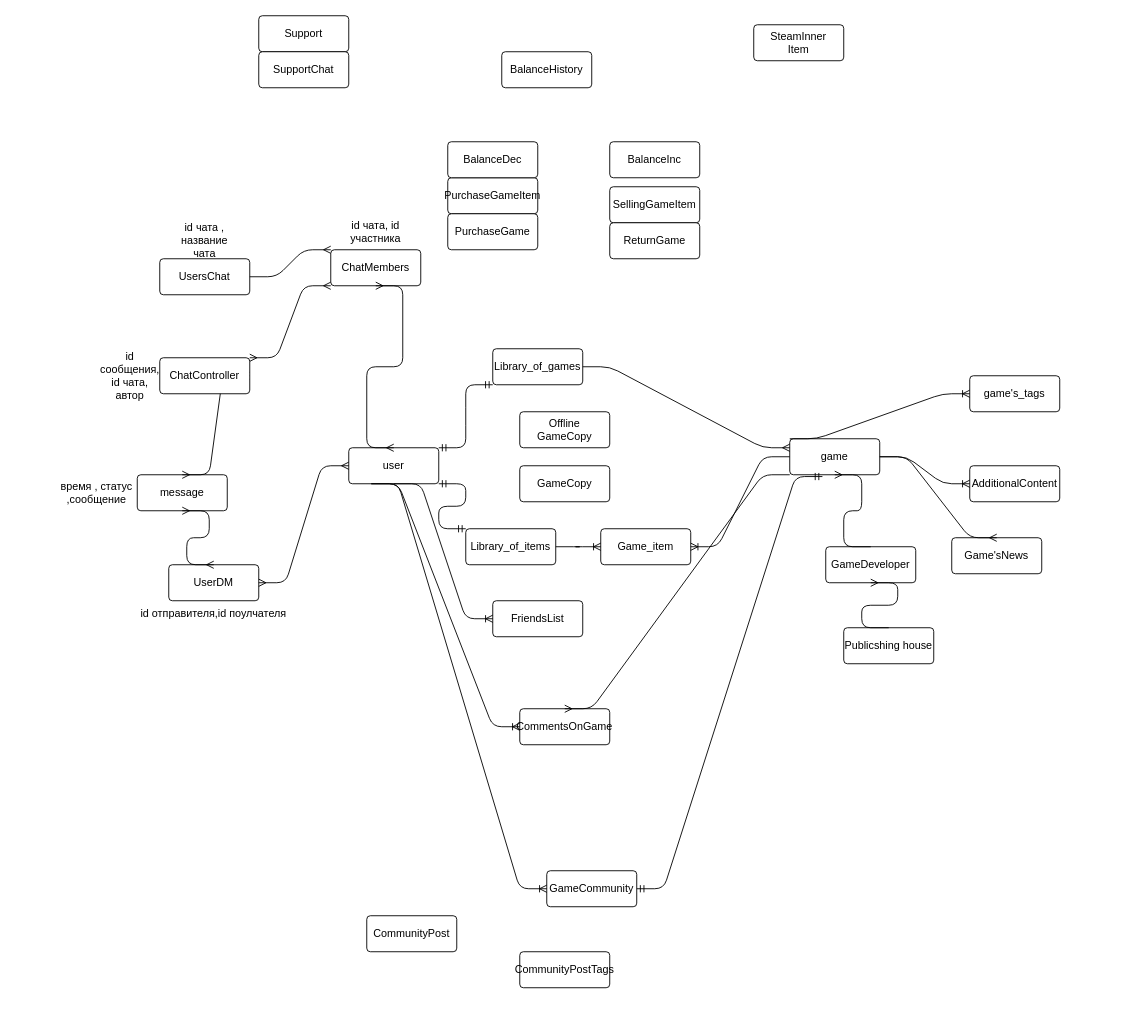
The draw.io diagram Untitled Diagram.drawio in zanzydnd/DBGROUP-11.905, before the edit. Source tidied: cells renumbered, new cells numbered last; positions are measured from the earlier drawing's top-left corner, leaving out a move shared by most shapes. Both pictures are drawn from the tidied source at 90%, with x=0, y=0 at pixel (42, 15).
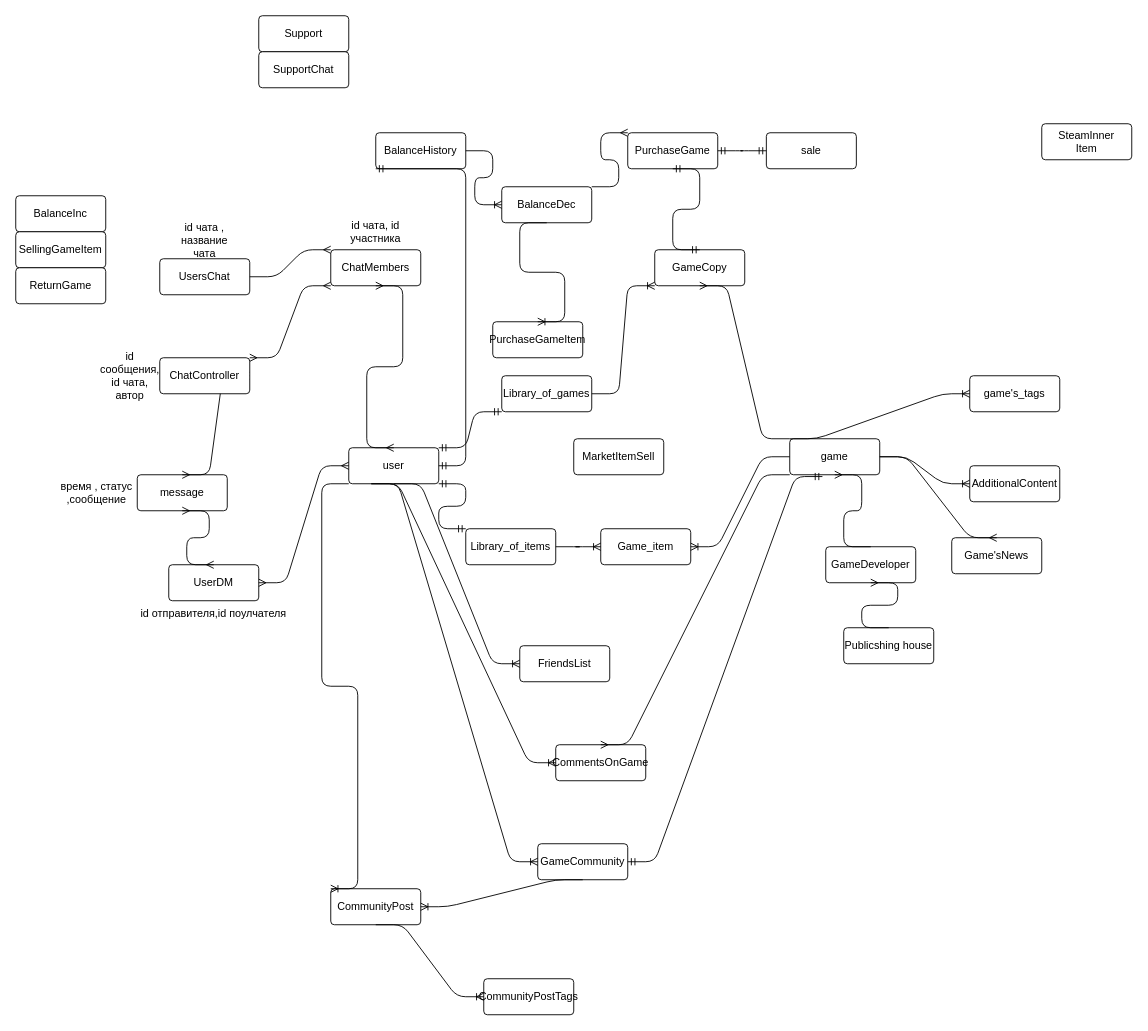
After the change.

The change refers to these unchanged cells:
```xml
<mxCell id="2" value="user" style="rounded=1;arcSize=10;whiteSpace=wrap;html=1;align=center;" parent="1" vertex="1">
  <mxGeometry x="340" y="480" width="100" height="40" as="geometry" />
</mxCell>
<mxCell id="3" value="game&lt;br&gt;" style="rounded=1;arcSize=10;whiteSpace=wrap;html=1;align=center;" parent="1" vertex="1">
  <mxGeometry x="830" y="470" width="100" height="40" as="geometry" />
</mxCell>
```

Diff of the diagram source:
```diff
@@
     <mxCell id="5" value="Library_of_games&lt;br&gt;" style="rounded=1;arcSize=10;whiteSpace=wrap;html=1;align=center;" parent="1" vertex="1">
-      <mxGeometry x="500" y="370" width="100" height="40" as="geometry" />
+      <mxGeometry x="510" y="400" width="100" height="40" as="geometry" />
     </mxCell>
@@
     <mxCell id="8" value="SteamInner&lt;br&gt;Item" style="rounded=1;arcSize=10;whiteSpace=wrap;html=1;align=center;" parent="1" vertex="1">
-      <mxGeometry x="790" y="10" width="100" height="40" as="geometry" />
+      <mxGeometry x="1110" y="120" width="100" height="40" as="geometry" />
     </mxCell>
     <mxCell id="9" value="GameCommunity" style="rounded=1;arcSize=10;whiteSpace=wrap;html=1;align=center;" parent="1" vertex="1">
-      <mxGeometry x="560" y="950" width="100" height="40" as="geometry" />
+      <mxGeometry x="550" y="920" width="100" height="40" as="geometry" />
     </mxCell>
     <mxCell id="10" value="FriendsList&lt;br&gt;" style="rounded=1;arcSize=10;whiteSpace=wrap;html=1;align=center;" parent="1" vertex="1">
-      <mxGeometry x="500" y="650" width="100" height="40" as="geometry" />
+      <mxGeometry x="530" y="700" width="100" height="40" as="geometry" />
     </mxCell>
@@
     <mxCell id="14" value="CommentsOnGame&lt;br&gt;" style="rounded=1;arcSize=10;whiteSpace=wrap;html=1;align=center;" parent="1" vertex="1">
-      <mxGeometry x="530" y="770" width="100" height="40" as="geometry" />
+      <mxGeometry x="570" y="810" width="100" height="40" as="geometry" />
     </mxCell>
@@
     <mxCell id="17" value="CommunityPost" style="rounded=1;arcSize=10;whiteSpace=wrap;html=1;align=center;" parent="1" vertex="1">
-      <mxGeometry x="360" y="1000" width="100" height="40" as="geometry" />
+      <mxGeometry x="320" y="970" width="100" height="40" as="geometry" />
     </mxCell>
     <mxCell id="18" value="CommunityPostTags&lt;br&gt;" style="rounded=1;arcSize=10;whiteSpace=wrap;html=1;align=center;" parent="1" vertex="1">
-      <mxGeometry x="530" y="1040" width="100" height="40" as="geometry" />
+      <mxGeometry x="490" y="1070" width="100" height="40" as="geometry" />
     </mxCell>
     <mxCell id="19" value="GameCopy" style="rounded=1;arcSize=10;whiteSpace=wrap;html=1;align=center;" parent="1" vertex="1">
-      <mxGeometry x="530" y="500" width="100" height="40" as="geometry" />
+      <mxGeometry x="680" y="260" width="100" height="40" as="geometry" />
     </mxCell>
-    <mxCell id="20" value="Offline&lt;br&gt;GameCopy" style="rounded=1;arcSize=10;whiteSpace=wrap;html=1;align=center;" parent="1" vertex="1">
-      <mxGeometry x="530" y="440" width="100" height="40" as="geometry" />
-    </mxCell>
     <mxCell id="21" value="PurchaseGameItem" style="rounded=1;arcSize=10;whiteSpace=wrap;html=1;align=center;" parent="1" vertex="1">
-      <mxGeometry x="450" y="180" width="100" height="40" as="geometry" />
+      <mxGeometry x="500" y="340" width="100" height="40" as="geometry" />
     </mxCell>
     <mxCell id="22" value="PurchaseGame&lt;br&gt;" style="rounded=1;arcSize=10;whiteSpace=wrap;html=1;align=center;" parent="1" vertex="1">
-      <mxGeometry x="450" y="220" width="100" height="40" as="geometry" />
+      <mxGeometry x="650" y="130" width="100" height="40" as="geometry" />
     </mxCell>
     <mxCell id="23" value="BalanceDec" style="rounded=1;arcSize=10;whiteSpace=wrap;html=1;align=center;" parent="1" vertex="1">
-      <mxGeometry x="450" y="140" width="100" height="40" as="geometry" />
+      <mxGeometry x="510" y="190" width="100" height="40" as="geometry" />
     </mxCell>
     <mxCell id="24" value="BalanceInc" style="rounded=1;arcSize=10;whiteSpace=wrap;html=1;align=center;" parent="1" vertex="1">
-      <mxGeometry x="630" y="140" width="100" height="40" as="geometry" />
+      <mxGeometry x="-30" y="200" width="100" height="40" as="geometry" />
     </mxCell>
     <mxCell id="25" value="SellingGameItem" style="rounded=1;arcSize=10;whiteSpace=wrap;html=1;align=center;" parent="1" vertex="1">
-      <mxGeometry x="630" y="190" width="100" height="40" as="geometry" />
+      <mxGeometry x="-30" y="240" width="100" height="40" as="geometry" />
     </mxCell>
     <mxCell id="26" value="ReturnGame&lt;br&gt;" style="rounded=1;arcSize=10;whiteSpace=wrap;html=1;align=center;" parent="1" vertex="1">
-      <mxGeometry x="630" y="230" width="100" height="40" as="geometry" />
+      <mxGeometry x="-30" y="280" width="100" height="40" as="geometry" />
     </mxCell>
@@
     <mxCell id="29" value="BalanceHistory" style="rounded=1;arcSize=10;whiteSpace=wrap;html=1;align=center;" parent="1" vertex="1">
-      <mxGeometry x="510" y="40" width="100" height="40" as="geometry" />
+      <mxGeometry x="370" y="130" width="100" height="40" as="geometry" />
     </mxCell>
@@
-    <mxCell id="56" style="edgeStyle=entityRelationEdgeStyle;fontSize=12;html=1;endArrow=ERmany;exitX=1;exitY=0.5;exitDx=0;exitDy=0;entryX=0;entryY=0.25;entryDx=0;entryDy=0;" parent="1" edge="1" source="5" target="3">
-      <mxGeometry relative="1" as="geometry" />
-    </mxCell>
@@
+    <mxCell id="61" style="edgeStyle=entityRelationEdgeStyle;fontSize=12;html=1;endArrow=ERoneToMany;entryX=0;entryY=0;entryDx=0;entryDy=0;exitX=0;exitY=1;exitDx=0;exitDy=0;" parent="1" edge="1" source="2" target="17">
+      <mxGeometry relative="1" as="geometry" />
+    </mxCell>
+    <mxCell id="62" style="edgeStyle=entityRelationEdgeStyle;fontSize=12;html=1;endArrow=ERoneToMany;entryX=0;entryY=0.5;entryDx=0;entryDy=0;exitX=0.5;exitY=1;exitDx=0;exitDy=0;" parent="1" edge="1" source="17" target="18">
+      <mxGeometry relative="1" as="geometry" />
+    </mxCell>
+    <mxCell id="63" style="edgeStyle=entityRelationEdgeStyle;fontSize=12;html=1;endArrow=ERoneToMany;entryX=1;entryY=0.5;entryDx=0;entryDy=0;exitX=0.5;exitY=1;exitDx=0;exitDy=0;" parent="1" edge="1" source="9" target="17">
+      <mxGeometry relative="1" as="geometry" />
+    </mxCell>
+    <mxCell id="64" style="edgeStyle=entityRelationEdgeStyle;fontSize=12;html=1;endArrow=ERmany;exitX=0;exitY=0;exitDx=0;exitDy=0;entryX=0.5;entryY=1;entryDx=0;entryDy=0;" parent="1" edge="1" source="3" target="19">
+      <mxGeometry relative="1" as="geometry" />
+    </mxCell>
+    <mxCell id="65" style="edgeStyle=entityRelationEdgeStyle;fontSize=12;html=1;endArrow=ERoneToMany;entryX=0;entryY=1;entryDx=0;entryDy=0;exitX=1;exitY=0.5;exitDx=0;exitDy=0;" parent="1" edge="1" source="5" target="19">
+      <mxGeometry relative="1" as="geometry" />
+    </mxCell>
+    <mxCell id="66" style="edgeStyle=entityRelationEdgeStyle;fontSize=12;html=1;endArrow=ERmandOne;startArrow=ERmandOne;entryX=0;entryY=1;entryDx=0;entryDy=0;" parent="1" edge="1" source="2" target="29">
+      <mxGeometry relative="1" as="geometry" />
+    </mxCell>
+    <mxCell id="67" style="edgeStyle=entityRelationEdgeStyle;fontSize=12;html=1;endArrow=ERoneToMany;exitX=1;exitY=0.5;exitDx=0;exitDy=0;entryX=0;entryY=0.5;entryDx=0;entryDy=0;" parent="1" edge="1" source="29" target="23">
+      <mxGeometry relative="1" as="geometry" />
+    </mxCell>
+    <mxCell id="68" style="edgeStyle=entityRelationEdgeStyle;fontSize=12;html=1;endArrow=ERmany;exitX=1;exitY=0;exitDx=0;exitDy=0;entryX=0;entryY=0;entryDx=0;entryDy=0;" parent="1" edge="1" source="23" target="22">
+      <mxGeometry relative="1" as="geometry" />
+    </mxCell>
+    <mxCell id="69" style="edgeStyle=entityRelationEdgeStyle;fontSize=12;html=1;endArrow=ERoneToMany;entryX=0.5;entryY=0;entryDx=0;entryDy=0;exitX=0.5;exitY=1;exitDx=0;exitDy=0;" parent="1" edge="1" source="23" target="21">
+      <mxGeometry relative="1" as="geometry" />
+    </mxCell>
+    <mxCell id="70" style="edgeStyle=entityRelationEdgeStyle;fontSize=12;html=1;endArrow=ERmandOne;startArrow=ERmandOne;entryX=0.5;entryY=0;entryDx=0;entryDy=0;exitX=0.5;exitY=1;exitDx=0;exitDy=0;" parent="1" edge="1" source="22" target="19">
+      <mxGeometry relative="1" as="geometry" />
+    </mxCell>
+    <mxCell id="71" value="sale" style="rounded=1;arcSize=10;whiteSpace=wrap;html=1;align=center;" parent="1" vertex="1">
+      <mxGeometry x="804" y="130" width="100" height="40" as="geometry" />
+    </mxCell>
+    <mxCell id="72" style="edgeStyle=entityRelationEdgeStyle;fontSize=12;html=1;endArrow=ERmandOne;startArrow=ERmandOne;entryX=0;entryY=0.5;entryDx=0;entryDy=0;exitX=1;exitY=0.5;exitDx=0;exitDy=0;" parent="1" edge="1" source="22" target="71">
+      <mxGeometry relative="1" as="geometry" />
+    </mxCell>
+    <mxCell id="73" value="MarketItemSell&lt;br&gt;" style="rounded=1;arcSize=10;whiteSpace=wrap;html=1;align=center;" parent="1" vertex="1">
+      <mxGeometry x="590" y="470" width="100" height="40" as="geometry" />
+    </mxCell>
```
